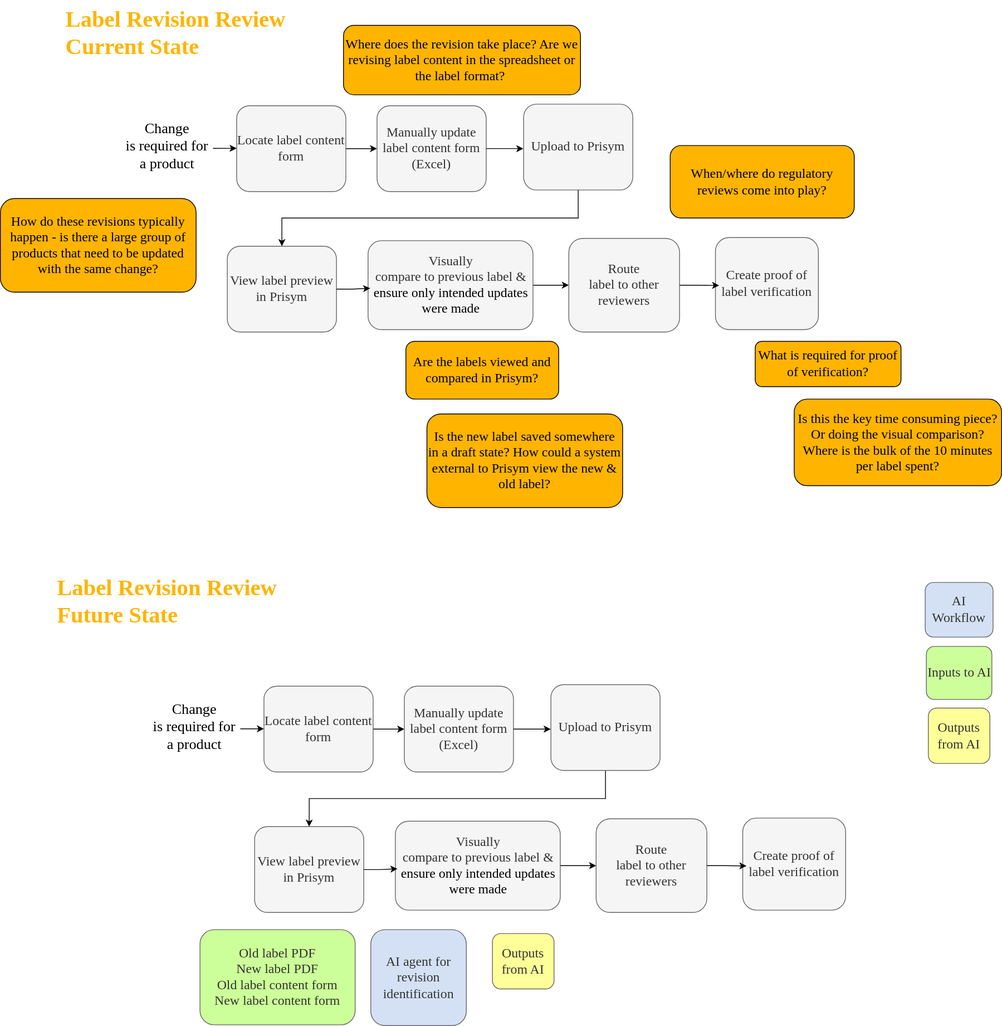
keewonhong-slalom/StrykerFDE-Ortho keeps this draw.io diagram as raw/Ortho Labeling Workflows.drawio.svg. Above is the earlier version. Source tidied: cells renumbered, new cells last; positions are measured from the earlier drawing's top-left corner, leaving out a move shared by most shapes.
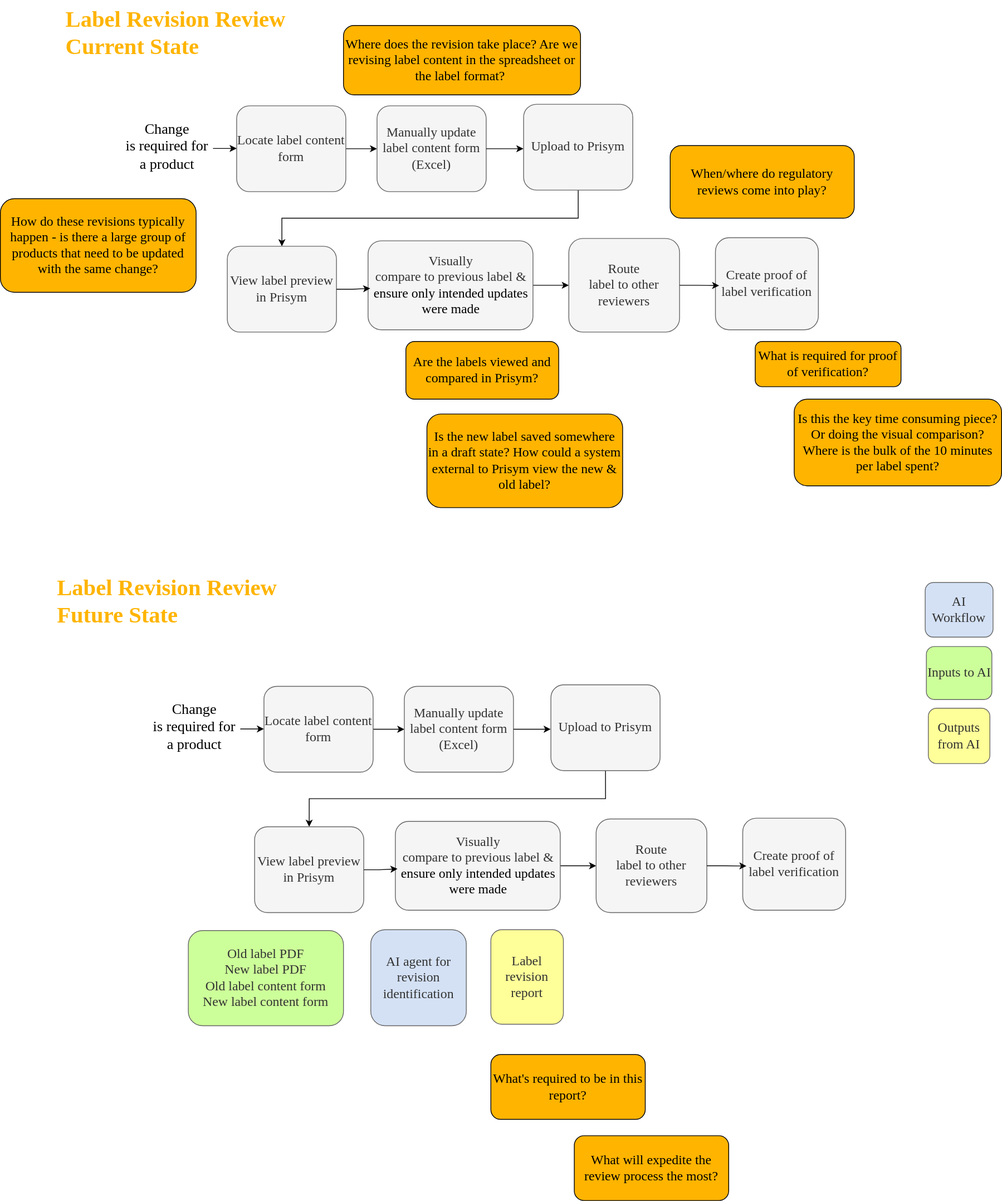
After the commit.

Commit message:
vault backup: 2026-04-28 15:53:18

Affected files:
raw/Ortho Labeling Workflows.drawio.svg

Change to the diagram source:
```diff
@@ -123,7 +123,7 @@
       <mxGeometry x="1186" y="746" width="87" height="70" as="geometry" />
     </mxCell>
     <mxCell id="42" value="Old label PDF&lt;br&gt;New label PDF&lt;div&gt;Old label content form&lt;/div&gt;&lt;div&gt;New label content form&lt;/div&gt;" style="rounded=1;whiteSpace=wrap;html=1;fillColor=#CCFF99;fontColor=#333333;strokeColor=#666666;fontFamily=cambria;fontSize=17;align=center;" parent="1" vertex="1">
-      <mxGeometry x="256" y="1191" width="199" height="122" as="geometry" />
+      <mxGeometry x="241" y="1192" width="199" height="122" as="geometry" />
     </mxCell>
     <mxCell id="43" value="Outputs from AI" style="rounded=1;whiteSpace=wrap;html=1;fillColor=#FFFF99;fontColor=#333333;strokeColor=#666666;fontFamily=cambria;fontSize=17;" parent="1" vertex="1">
       <mxGeometry x="1190" y="907" width="79" height="71" as="geometry" />
@@ -134,8 +134,14 @@
     <mxCell id="45" value="AI agent for revision identification" style="rounded=1;whiteSpace=wrap;html=1;fillColor=#D4E1F5;fontColor=#333333;strokeColor=#666666;fontFamily=cambria;fontSize=17;" parent="1" vertex="1">
       <mxGeometry x="475" y="1191" width="122.5" height="123" as="geometry" />
     </mxCell>
-    <mxCell id="46" value="Outputs from AI" style="rounded=1;whiteSpace=wrap;html=1;fillColor=#FFFF99;fontColor=#333333;strokeColor=#666666;fontFamily=cambria;fontSize=17;" parent="1" vertex="1">
-      <mxGeometry x="631" y="1196" width="79" height="71" as="geometry" />
+    <mxCell id="46" value="Label revision report" style="rounded=1;whiteSpace=wrap;html=1;fillColor=#FFFF99;fontColor=#333333;strokeColor=#666666;fontFamily=cambria;fontSize=17;" parent="1" vertex="1">
+      <mxGeometry x="629" y="1191" width="93" height="121" as="geometry" />
     </mxCell>
+    <mxCell id="47" value="What's required to be in this report?" style="rounded=1;whiteSpace=wrap;html=1;labelBorderColor=none;labelBackgroundColor=none;fillColor=light-dark(#FFB400,#FFB400);gradientColor=none;fillStyle=solid;fontFamily=cambria;fontSize=17;" parent="1" vertex="1">
+      <mxGeometry x="629" y="1351" width="198" height="83" as="geometry" />
+    </mxCell>
+    <mxCell id="48" value="What will expedite the review process the most?" style="rounded=1;whiteSpace=wrap;html=1;labelBorderColor=none;labelBackgroundColor=none;fillColor=light-dark(#FFB400,#FFB400);gradientColor=none;fillStyle=solid;fontFamily=cambria;fontSize=17;" parent="1" vertex="1">
+      <mxGeometry x="736" y="1455" width="198" height="83" as="geometry" />
+    </mxCell>
   </root>
 </mxGraphModel>
```
